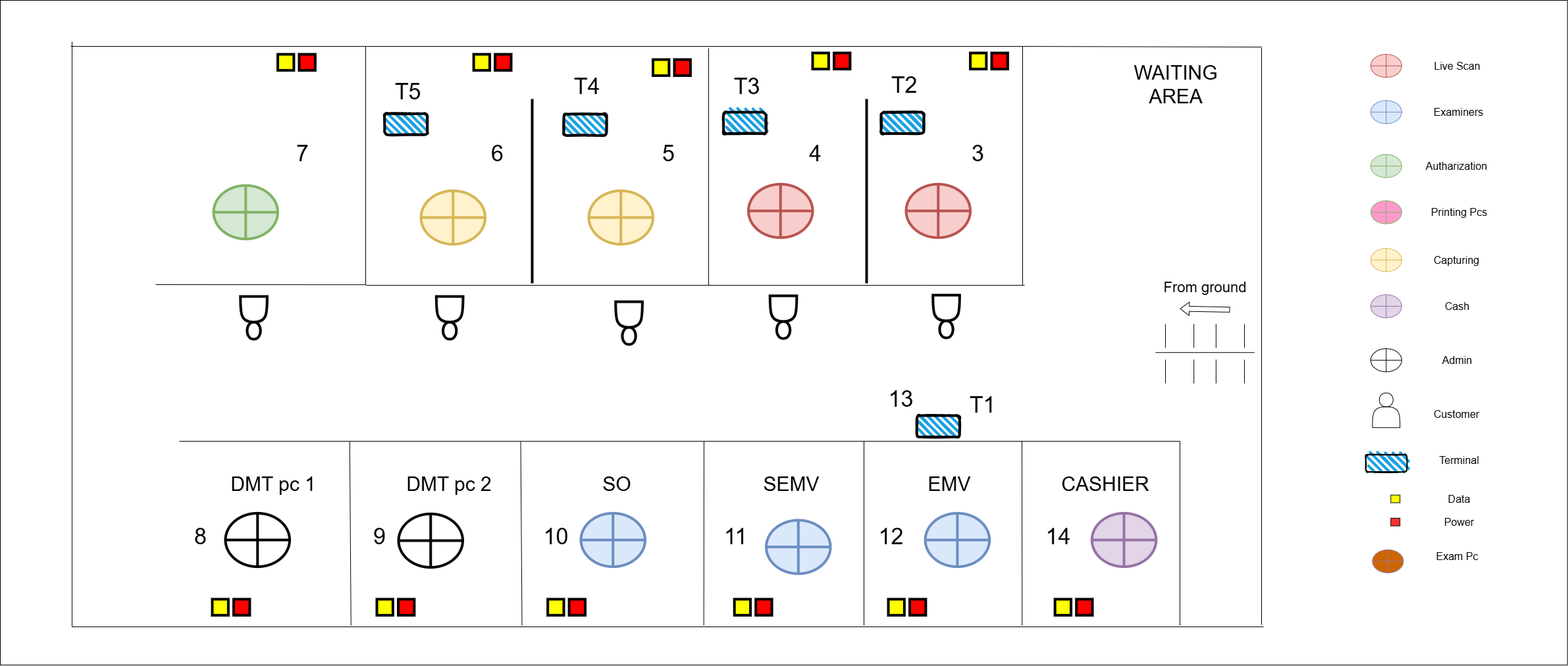
The draw.io diagram nuwaraeliya 1st floor.png in thushan-harshajeewa/dmt-diagrams, before a commit. Source tidied: cells renumbered, new cells last; positions are measured from the earlier drawing's top-left corner, leaving out a move shared by most shapes.
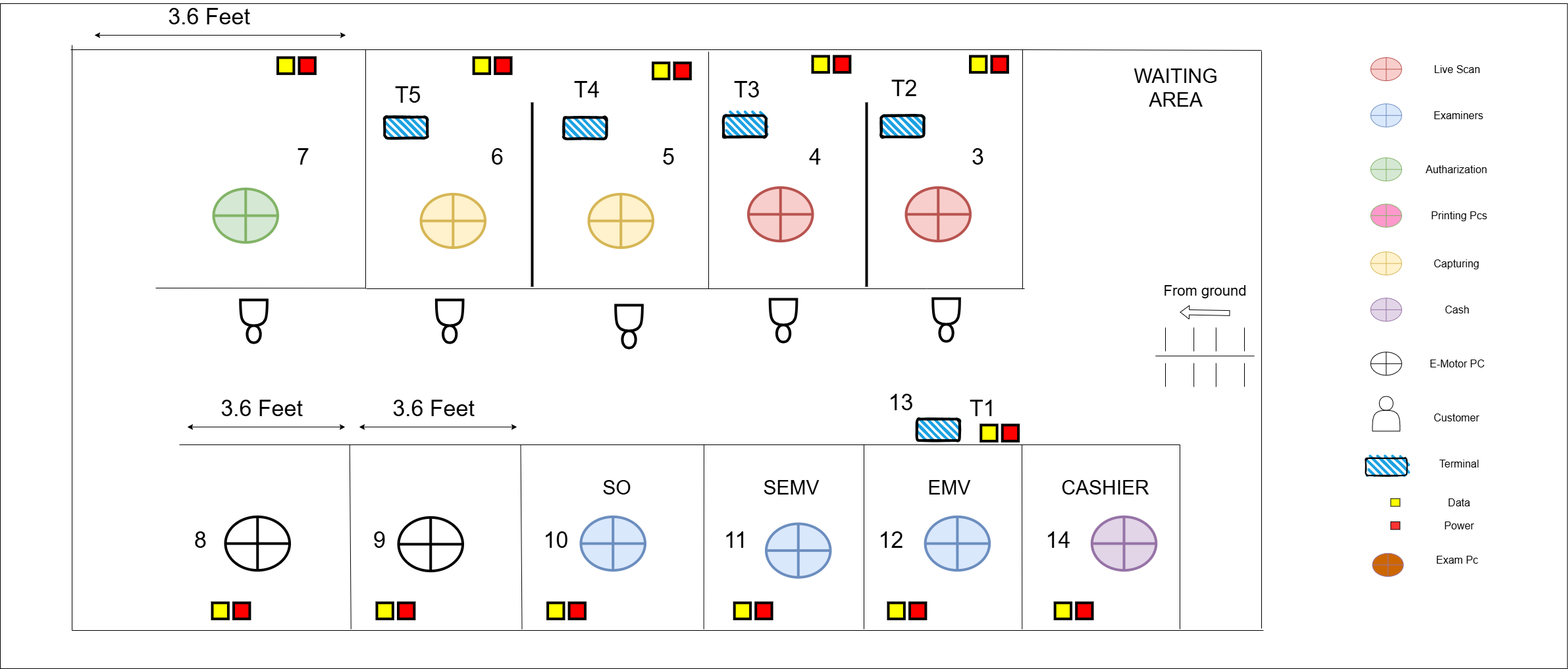
The same file after the commit.

The edit, as a diff of the source:
```diff
@@ -281,12 +281,6 @@
     <mxCell id="71" style="rounded=0;whiteSpace=wrap;html=1;fillColor=#FF0000;strokeWidth=4;" parent="1" vertex="1">
       <mxGeometry x="354.5" y="910" width="24.4" height="24.4" as="geometry" />
     </mxCell>
-    <mxCell id="72" value="&lt;font style=&quot;font-size: 30px;&quot;&gt;DMT pc 2&lt;/font&gt;" style="text;html=1;align=center;verticalAlign=middle;whiteSpace=wrap;rounded=0;" parent="1" vertex="1">
-      <mxGeometry x="601.9" y="720" width="160.1" height="30" as="geometry" />
-    </mxCell>
-    <mxCell id="73" value="&lt;font style=&quot;font-size: 30px;&quot;&gt;DMT pc 1&lt;/font&gt;" style="text;html=1;align=center;verticalAlign=middle;whiteSpace=wrap;rounded=0;" parent="1" vertex="1">
-      <mxGeometry x="330.5" y="720" width="167.5" height="30" as="geometry" />
-    </mxCell>
     <mxCell id="74" value="&lt;font style=&quot;font-size: 34px;&quot;&gt;3&lt;/font&gt;" style="text;html=1;align=center;verticalAlign=middle;strokeColor=none;fillColor=none;" parent="1" vertex="1">
       <mxGeometry x="1465" y="208" width="40" height="50" as="geometry" />
     </mxCell>
@@ -377,7 +371,7 @@
     <mxCell id="103" style="shape=orEllipse;perimeter=ellipsePerimeter;whiteSpace=wrap;html=1;backgroundOutline=1;" parent="92" vertex="1">
       <mxGeometry x="7.8" y="447.3" width="47" height="35.1" as="geometry" />
     </mxCell>
-    <mxCell id="104" value="&lt;font style=&quot;font-size: 16px;&quot;&gt;Admin&lt;/font&gt;" style="text;html=1;align=center;verticalAlign=middle;whiteSpace=wrap;rounded=0;" parent="92" vertex="1">
+    <mxCell id="104" value="&lt;font style=&quot;font-size: 16px;&quot;&gt;E-Motor PC&lt;/font&gt;" style="text;html=1;align=center;verticalAlign=middle;whiteSpace=wrap;rounded=0;" parent="92" vertex="1">
       <mxGeometry x="77.5" y="447.3" width="125.4" height="35.1" as="geometry" />
     </mxCell>
     <mxCell id="105" style="shape=actor;whiteSpace=wrap;html=1;" parent="92" vertex="1">
@@ -485,5 +479,38 @@
     <mxCell id="129" value="&lt;font style=&quot;font-size: 34px;&quot;&gt;13&lt;/font&gt;" style="text;html=1;align=center;verticalAlign=middle;strokeColor=none;fillColor=none;" parent="1" vertex="1">
       <mxGeometry x="1338" y="581" width="60" height="50" as="geometry" />
     </mxCell>
+    <mxCell id="130" style="endArrow=classic;startArrow=classic;html=1;" parent="1" edge="1">
+      <mxGeometry relative="1" as="geometry">
+        <mxPoint x="545" y="643" as="sourcePoint" />
+        <mxPoint x="785" y="643" as="targetPoint" />
+      </mxGeometry>
+    </mxCell>
+    <mxCell id="131" value="&lt;font style=&quot;font-size: 34px;&quot;&gt;3.6 Feet&lt;/font&gt;" style="text;html=1;align=center;verticalAlign=middle;strokeColor=none;fillColor=none;" parent="1" vertex="1">
+      <mxGeometry x="582.6" y="590" width="150" height="50" as="geometry" />
+    </mxCell>
+    <mxCell id="132" value="&lt;font style=&quot;font-size: 34px;&quot;&gt;3.6 Feet&lt;/font&gt;" style="text;html=1;align=center;verticalAlign=middle;strokeColor=none;fillColor=none;" parent="1" vertex="1">
+      <mxGeometry x="321.6" y="590" width="150" height="50" as="geometry" />
+    </mxCell>
+    <mxCell id="133" style="endArrow=classic;startArrow=classic;html=1;" parent="1" edge="1">
+      <mxGeometry relative="1" as="geometry">
+        <mxPoint x="284" y="643" as="sourcePoint" />
+        <mxPoint x="524" y="643" as="targetPoint" />
+      </mxGeometry>
+    </mxCell>
+    <mxCell id="134" value="&lt;font style=&quot;font-size: 34px;&quot;&gt;3.6 Feet&lt;/font&gt;" style="text;html=1;align=center;verticalAlign=middle;strokeColor=none;fillColor=none;" parent="1" vertex="1">
+      <mxGeometry x="241.6" y="-5" width="150" height="50" as="geometry" />
+    </mxCell>
+    <mxCell id="135" style="endArrow=classic;startArrow=classic;html=1;" parent="1" edge="1">
+      <mxGeometry relative="1" as="geometry">
+        <mxPoint x="143" y="48" as="sourcePoint" />
+        <mxPoint x="525" y="48" as="targetPoint" />
+      </mxGeometry>
+    </mxCell>
+    <mxCell id="136" style="rounded=0;whiteSpace=wrap;html=1;fillColor=#FF0000;strokeWidth=4;" parent="1" vertex="1">
+      <mxGeometry x="1522.3" y="640" width="24.4" height="24.4" as="geometry" />
+    </mxCell>
+    <mxCell id="137" style="rounded=0;whiteSpace=wrap;html=1;fillColor=#FFFF00;strokeWidth=4;" parent="1" vertex="1">
+      <mxGeometry x="1489.8" y="640" width="24.4" height="24.4" as="geometry" />
+    </mxCell>
   </root>
 </mxGraphModel>
```
